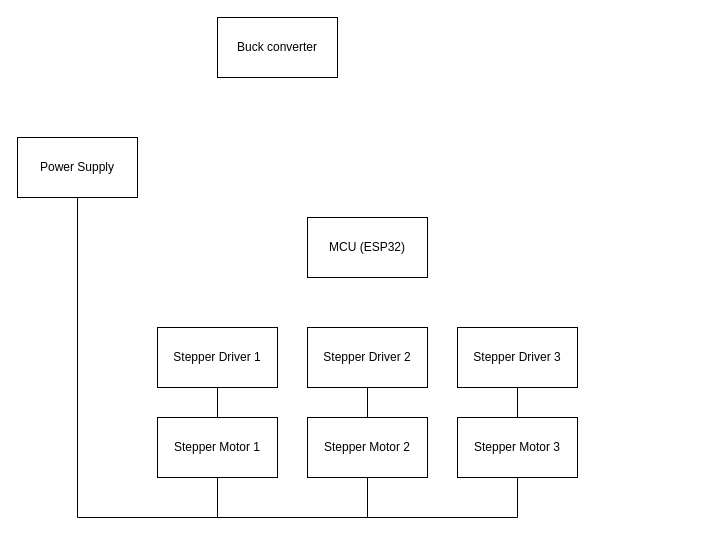
Above: So do nguyen ly.drawio in Du4nG/yolo (draw.io), before the change. Source tidied: cells renumbered, new cells numbered last; positions are measured from the earlier drawing's top-left corner, leaving out a move shared by most shapes. Both pictures are drawn from the tidied source at 100%, with x=0, y=0 at pixel (17, 17).
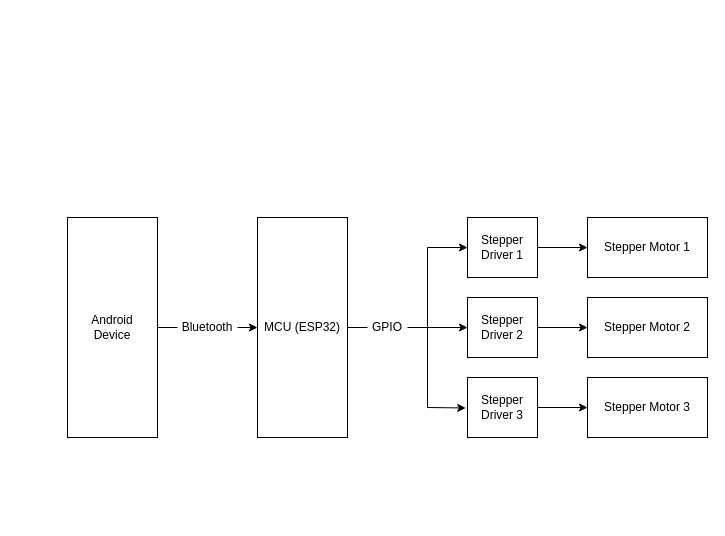
Above is the later version.

The edit, as a diff of the source:
```diff
@@
-    <mxCell id="2" value="Power Supply" style="rounded=0;whiteSpace=wrap;html=1;" parent="1" vertex="1">
-      <mxGeometry y="120" width="120" height="60" as="geometry" />
-    </mxCell>
-    <mxCell id="3" value="Buck converter" style="rounded=0;whiteSpace=wrap;html=1;" parent="1" vertex="1">
-      <mxGeometry x="200" width="120" height="60" as="geometry" />
-    </mxCell>
     <mxCell id="4" value="Stepper Driver 1" style="rounded=0;whiteSpace=wrap;html=1;" parent="1" vertex="1">
-      <mxGeometry x="140" y="310" width="120" height="60" as="geometry" />
+      <mxGeometry x="450" y="200" width="70" height="60" as="geometry" />
     </mxCell>
     <mxCell id="5" value="Stepper Driver 2" style="rounded=0;whiteSpace=wrap;html=1;" parent="1" vertex="1">
-      <mxGeometry x="290" y="310" width="120" height="60" as="geometry" />
+      <mxGeometry x="450" y="280" width="70" height="60" as="geometry" />
     </mxCell>
     <mxCell id="6" value="Stepper Driver 3" style="rounded=0;whiteSpace=wrap;html=1;" parent="1" vertex="1">
-      <mxGeometry x="440" y="310" width="120" height="60" as="geometry" />
+      <mxGeometry x="450" y="360" width="70" height="60" as="geometry" />
     </mxCell>
     <mxCell id="7" value="Stepper Motor 1" style="rounded=0;whiteSpace=wrap;html=1;" parent="1" vertex="1">
-      <mxGeometry x="140" y="400" width="120" height="60" as="geometry" />
+      <mxGeometry x="570" y="200" width="120" height="60" as="geometry" />
     </mxCell>
     <mxCell id="8" value="Stepper Motor 2" style="rounded=0;whiteSpace=wrap;html=1;" parent="1" vertex="1">
-      <mxGeometry x="290" y="400" width="120" height="60" as="geometry" />
+      <mxGeometry x="570" y="280" width="120" height="60" as="geometry" />
     </mxCell>
     <mxCell id="9" value="Stepper Motor 3" style="rounded=0;whiteSpace=wrap;html=1;" parent="1" vertex="1">
-      <mxGeometry x="440" y="400" width="120" height="60" as="geometry" />
+      <mxGeometry x="570" y="360" width="120" height="60" as="geometry" />
     </mxCell>
-    <mxCell id="10" style="endArrow=none;html=1;rounded=0;entryX=0.5;entryY=1;entryDx=0;entryDy=0;exitX=0.5;exitY=0;exitDx=0;exitDy=0;" parent="1" edge="1" source="9" target="6">
-      <mxGeometry relative="1" as="geometry" />
-    </mxCell>
-    <mxCell id="11" style="endArrow=none;html=1;rounded=0;entryX=0.5;entryY=1;entryDx=0;entryDy=0;exitX=0.5;exitY=0;exitDx=0;exitDy=0;" parent="1" edge="1" source="8" target="5">
-      <mxGeometry relative="1" as="geometry" />
-    </mxCell>
-    <mxCell id="12" style="endArrow=none;html=1;rounded=0;entryX=0.5;entryY=1;entryDx=0;entryDy=0;exitX=0.5;exitY=0;exitDx=0;exitDy=0;" parent="1" edge="1" source="7" target="4">
-      <mxGeometry relative="1" as="geometry" />
-    </mxCell>
     <mxCell id="13" value="MCU (ESP32)" style="rounded=0;whiteSpace=wrap;html=1;" parent="1" vertex="1">
-      <mxGeometry x="290" y="200" width="120" height="60" as="geometry" />
+      <mxGeometry x="240" y="200" width="90" height="220" as="geometry" />
     </mxCell>
-    <mxCell id="14" style="endArrow=none;html=1;rounded=0;entryX=0.5;entryY=1;entryDx=0;entryDy=0;exitX=0.5;exitY=1;exitDx=0;exitDy=0;" parent="1" edge="1" source="7" target="2">
-      <mxGeometry relative="1" as="geometry">
-        <Array as="points">
-          <mxPoint x="200" y="500" />
-          <mxPoint x="60" y="500" />
-        </Array>
-      </mxGeometry>
-    </mxCell>
-    <mxCell id="15" style="endArrow=none;html=1;rounded=0;entryX=0.5;entryY=1;entryDx=0;entryDy=0;" parent="1" edge="1" target="8">
-      <mxGeometry relative="1" as="geometry">
-        <mxPoint x="200" y="500" as="sourcePoint" />
-        <Array as="points">
-          <mxPoint x="350" y="500" />
-        </Array>
-      </mxGeometry>
-    </mxCell>
-    <mxCell id="16" style="endArrow=none;html=1;rounded=0;entryX=0.5;entryY=1;entryDx=0;entryDy=0;" parent="1" edge="1" target="9">
-      <mxGeometry relative="1" as="geometry">
-        <mxPoint x="350" y="500" as="sourcePoint" />
-        <Array as="points">
-          <mxPoint x="500" y="500" />
-        </Array>
-      </mxGeometry>
-    </mxCell>
+    <mxCell id="17" value="Android&lt;br&gt;Device" style="rounded=0;whiteSpace=wrap;html=1;" parent="1" vertex="1">
+      <mxGeometry x="50" y="200" width="90" height="220" as="geometry" />
+    </mxCell>
+    <mxCell id="18" style="endArrow=classic;html=1;rounded=0;entryX=0;entryY=0.5;entryDx=0;entryDy=0;exitX=1;exitY=0.5;exitDx=0;exitDy=0;" parent="1" edge="1" source="13" target="4">
+      <mxGeometry relative="1" as="geometry">
+        <Array as="points">
+          <mxPoint x="410" y="310" />
+          <mxPoint x="410" y="230" />
+        </Array>
+      </mxGeometry>
+    </mxCell>
+    <mxCell id="19" style="endArrow=classic;html=1;rounded=0;entryX=0;entryY=0.5;entryDx=0;entryDy=0;" parent="1" edge="1" target="5">
+      <mxGeometry relative="1" as="geometry">
+        <mxPoint x="410" y="310" as="sourcePoint" />
+      </mxGeometry>
+    </mxCell>
+    <mxCell id="20" value="GPIO" style="text;html=1;strokeColor=none;fillColor=default;align=center;verticalAlign=middle;whiteSpace=wrap;rounded=0;" parent="1" vertex="1">
+      <mxGeometry x="350" y="297.5" width="40" height="25" as="geometry" />
+    </mxCell>
+    <mxCell id="21" style="endArrow=classic;html=1;rounded=0;entryX=-0.025;entryY=0.508;entryDx=0;entryDy=0;entryPerimeter=0;" parent="1" edge="1" target="6">
+      <mxGeometry relative="1" as="geometry">
+        <mxPoint x="410" y="310" as="sourcePoint" />
+        <Array as="points">
+          <mxPoint x="410" y="390" />
+        </Array>
+      </mxGeometry>
+    </mxCell>
+    <mxCell id="22" style="endArrow=classic;html=1;rounded=0;entryX=0;entryY=0.5;entryDx=0;entryDy=0;exitX=1;exitY=0.5;exitDx=0;exitDy=0;" parent="1" edge="1" source="4" target="7">
+      <mxGeometry relative="1" as="geometry" />
+    </mxCell>
+    <mxCell id="23" style="endArrow=classic;html=1;rounded=0;entryX=0;entryY=0.5;entryDx=0;entryDy=0;exitX=1;exitY=0.5;exitDx=0;exitDy=0;" parent="1" edge="1" source="5" target="8">
+      <mxGeometry relative="1" as="geometry" />
+    </mxCell>
+    <mxCell id="24" style="endArrow=classic;html=1;rounded=0;entryX=0;entryY=0.5;entryDx=0;entryDy=0;exitX=1;exitY=0.5;exitDx=0;exitDy=0;" parent="1" edge="1" source="6" target="9">
+      <mxGeometry relative="1" as="geometry" />
+    </mxCell>
+    <mxCell id="25" style="endArrow=classic;html=1;rounded=0;entryX=0;entryY=0.5;entryDx=0;entryDy=0;exitX=1;exitY=0.5;exitDx=0;exitDy=0;" parent="1" edge="1" source="17" target="13">
+      <mxGeometry relative="1" as="geometry" />
+    </mxCell>
+    <mxCell id="26" value="Bluetooth" style="text;html=1;strokeColor=none;fillColor=default;align=center;verticalAlign=middle;whiteSpace=wrap;rounded=0;" parent="1" vertex="1">
+      <mxGeometry x="160" y="297.5" width="60" height="25" as="geometry" />
+    </mxCell>
```
